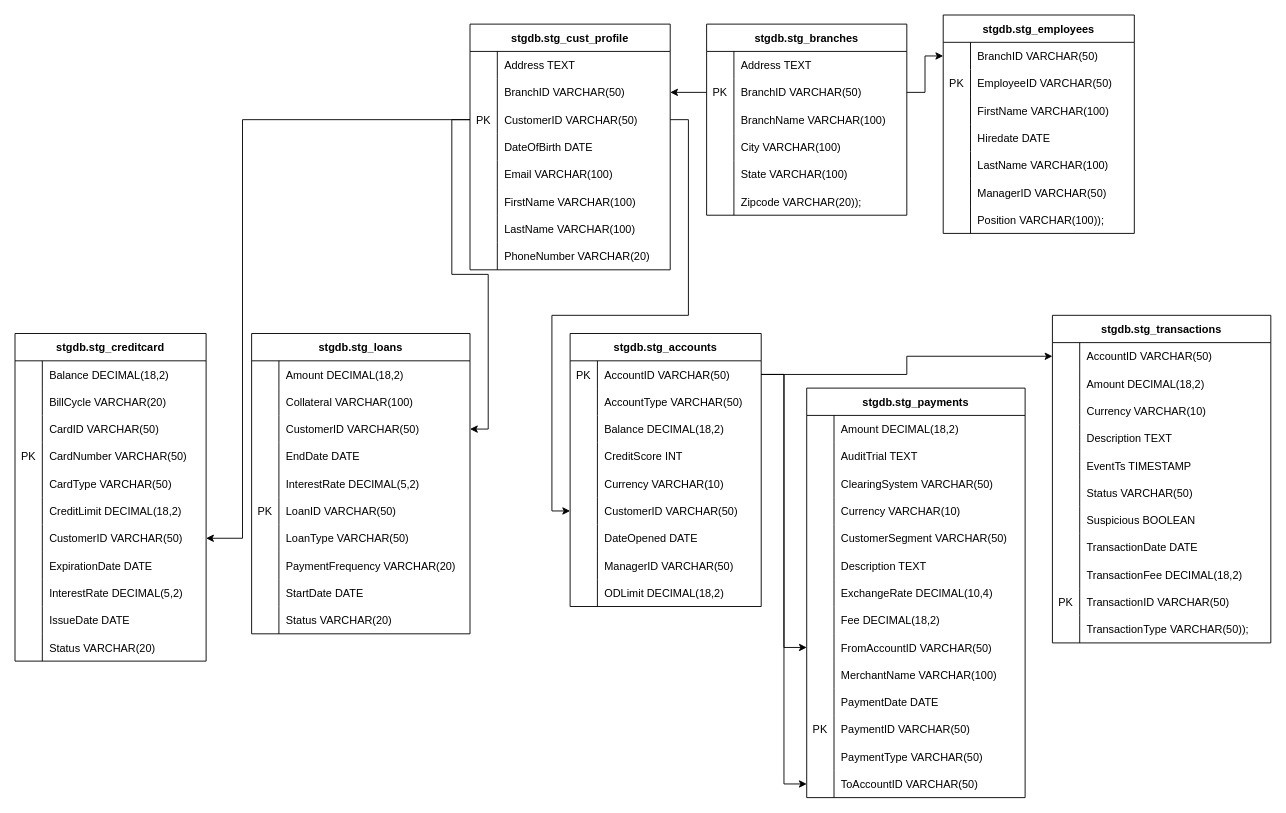
Earlier version of the draw.io diagram Flowchart/DWH_Inceptez.drawio (viggneshwar/Data_Warehouse_Repo). Source tidied: cells renumbered, new cells numbered last; positions are measured from the earlier drawing's top-left corner, leaving out a move shared by most shapes. Both pictures are drawn from the tidied source at 91%, with x=0, y=0 at pixel (15, 15).
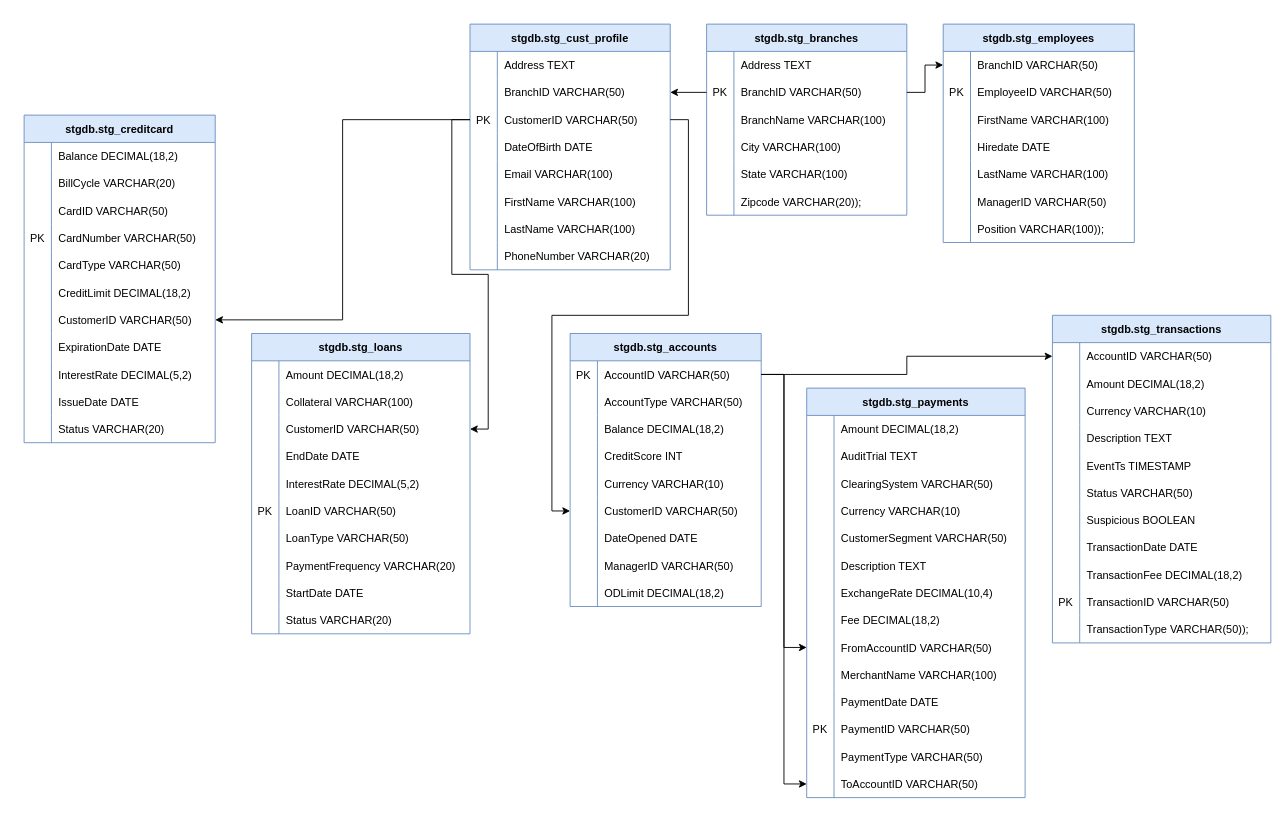
Above is the later version.

Unchanged cells that the change refers to:
```xml
<mxCell id="126" style="shape=tableRow;horizontal=0;startSize=0;swimlaneHead=0;swimlaneBody=0;fillColor=none;points=[[0,0.5],[1,0.5]];portConstraint=eastwest;strokeColor=inherit;top=0;left=0;right=0;bottom=0;" parent="107" vertex="1">
  <mxGeometry y="210" width="210" height="30" as="geometry" />
</mxCell>
<mxCell id="179" style="shape=tableRow;horizontal=0;startSize=0;swimlaneHead=0;swimlaneBody=0;fillColor=none;points=[[0,0.5],[1,0.5]];portConstraint=eastwest;strokeColor=inherit;top=0;left=0;right=0;bottom=0;" parent="172" vertex="1">
  <mxGeometry y="90" width="220" height="30" as="geometry" />
</mxCell>
<mxCell id="201" style="shape=tableRow;horizontal=0;startSize=0;swimlaneHead=0;swimlaneBody=0;fillColor=none;points=[[0,0.5],[1,0.5]];portConstraint=eastwest;strokeColor=inherit;top=0;left=0;right=0;bottom=0;" parent="197" vertex="1">
  <mxGeometry y="60" width="220" height="30" as="geometry" />
</mxCell>
<mxCell id="217" style="shape=tableRow;horizontal=0;startSize=0;swimlaneHead=0;swimlaneBody=0;fillColor=none;points=[[0,0.5],[1,0.5]];portConstraint=eastwest;strokeColor=inherit;top=0;left=0;right=0;bottom=0;" parent="216" vertex="1">
  <mxGeometry y="30" width="210" height="30" as="geometry" />
</mxCell>
```

The edit, as a diff of the source:
```diff
@@
-    <mxCell id="2" value="stgdb.stg_accounts" style="shape=table;startSize=30;childLayout=tableLayout;rowLines=0;fontStyle=1;align=center;" parent="1" vertex="1">
+    <mxCell id="2" value="stgdb.stg_accounts" style="shape=table;startSize=30;childLayout=tableLayout;rowLines=0;fontStyle=1;align=center;fillColor=#dae8fc;strokeColor=#6c8ebf;" parent="1" vertex="1">
       <mxGeometry x="610" y="350" width="210" height="300" as="geometry" />
     </mxCell>
@@
-    <mxCell id="30" value="stgdb.stg_transactions" style="shape=table;startSize=30;childLayout=tableLayout;rowLines=0;fontStyle=1;align=center;" parent="1" vertex="1">
+    <mxCell id="30" value="stgdb.stg_transactions" style="shape=table;startSize=30;childLayout=tableLayout;rowLines=0;fontStyle=1;align=center;fillColor=#dae8fc;strokeColor=#6c8ebf;" parent="1" vertex="1">
       <mxGeometry x="1140" y="330" width="240" height="360" as="geometry" />
     </mxCell>
@@
-    <mxCell id="64" value="stgdb.stg_payments" style="shape=table;startSize=30;childLayout=tableLayout;rowLines=0;fontStyle=1;align=center;" parent="1" vertex="1">
+    <mxCell id="64" value="stgdb.stg_payments" style="shape=table;startSize=30;childLayout=tableLayout;rowLines=0;fontStyle=1;align=center;fillColor=#dae8fc;strokeColor=#6c8ebf;" parent="1" vertex="1">
       <mxGeometry x="870" y="410" width="240" height="450" as="geometry" />
     </mxCell>
@@
-    <mxCell id="107" value="stgdb.stg_creditcard" style="shape=table;startSize=30;childLayout=tableLayout;rowLines=0;fontStyle=1;align=center;" parent="1" vertex="1">
-      <mxGeometry y="350" width="210" height="360" as="geometry" />
+    <mxCell id="107" value="stgdb.stg_creditcard" style="shape=table;startSize=30;childLayout=tableLayout;rowLines=0;fontStyle=1;align=center;fillColor=#dae8fc;strokeColor=#6c8ebf;" parent="1" vertex="1">
+      <mxGeometry x="10" y="110" width="210" height="360" as="geometry" />
     </mxCell>
@@
-    <mxCell id="141" value="stgdb.stg_loans" style="shape=table;startSize=30;childLayout=tableLayout;rowLines=0;fontStyle=1;align=center;" parent="1" vertex="1">
+    <mxCell id="141" value="stgdb.stg_loans" style="shape=table;startSize=30;childLayout=tableLayout;rowLines=0;fontStyle=1;align=center;fillColor=#dae8fc;strokeColor=#6c8ebf;" parent="1" vertex="1">
       <mxGeometry x="260" y="350" width="240" height="330" as="geometry" />
     </mxCell>
@@
-    <mxCell id="172" value="stgdb.stg_cust_profile" style="shape=table;startSize=30;childLayout=tableLayout;rowLines=0;fontStyle=1;align=center;" parent="1" vertex="1">
+    <mxCell id="172" value="stgdb.stg_cust_profile" style="shape=table;startSize=30;childLayout=tableLayout;rowLines=0;fontStyle=1;align=center;fillColor=#dae8fc;strokeColor=#6c8ebf;" parent="1" vertex="1">
       <mxGeometry x="500" y="10" width="220" height="270" as="geometry" />
     </mxCell>
@@
-    <mxCell id="197" value="stgdb.stg_branches" style="shape=table;startSize=30;childLayout=tableLayout;rowLines=0;fontStyle=1;align=center;" parent="1" vertex="1">
+    <mxCell id="197" value="stgdb.stg_branches" style="shape=table;startSize=30;childLayout=tableLayout;rowLines=0;fontStyle=1;align=center;fillColor=#dae8fc;strokeColor=#6c8ebf;" parent="1" vertex="1">
       <mxGeometry x="760" y="10" width="220" height="210" as="geometry" />
     </mxCell>
@@
-    <mxCell id="216" value="stgdb.stg_employees" style="shape=table;startSize=30;childLayout=tableLayout;rowLines=0;fontStyle=1;align=center;" parent="1" vertex="1">
-      <mxGeometry x="1020" width="210" height="240" as="geometry" />
+    <mxCell id="216" value="stgdb.stg_employees" style="shape=table;startSize=30;childLayout=tableLayout;rowLines=0;fontStyle=1;align=center;fillColor=#dae8fc;strokeColor=#6c8ebf;" parent="1" vertex="1">
+      <mxGeometry x="1020" y="10" width="210" height="240" as="geometry" />
     </mxCell>
@@
+    <mxCell id="245" style="edgeStyle=orthogonalEdgeStyle;rounded=0;jettySize=auto;html=1;" parent="1" edge="1" source="201" target="217">
+      <mxGeometry relative="1" as="geometry" />
+    </mxCell>
-    <mxCell id="244" style="edgeStyle=orthogonalEdgeStyle;rounded=0;jettySize=auto;html=1;" parent="1" edge="1" source="179" target="126">
-      <mxGeometry relative="1" as="geometry">
-        <Array as="points">
-          <mxPoint x="250" y="115" />
-          <mxPoint x="250" y="575" />
-        </Array>
-      </mxGeometry>
+    <mxCell id="244" style="edgeStyle=orthogonalEdgeStyle;rounded=0;jettySize=auto;html=1;entryX=1;entryY=0.5;entryDx=0;entryDy=0;" parent="1" edge="1" source="179" target="126">
+      <mxGeometry relative="1" as="geometry" />
     </mxCell>
-    <mxCell id="245" style="edgeStyle=orthogonalEdgeStyle;rounded=0;jettySize=auto;html=1;" parent="1" edge="1" source="201" target="217">
-      <mxGeometry relative="1" as="geometry" />
-    </mxCell>
```
